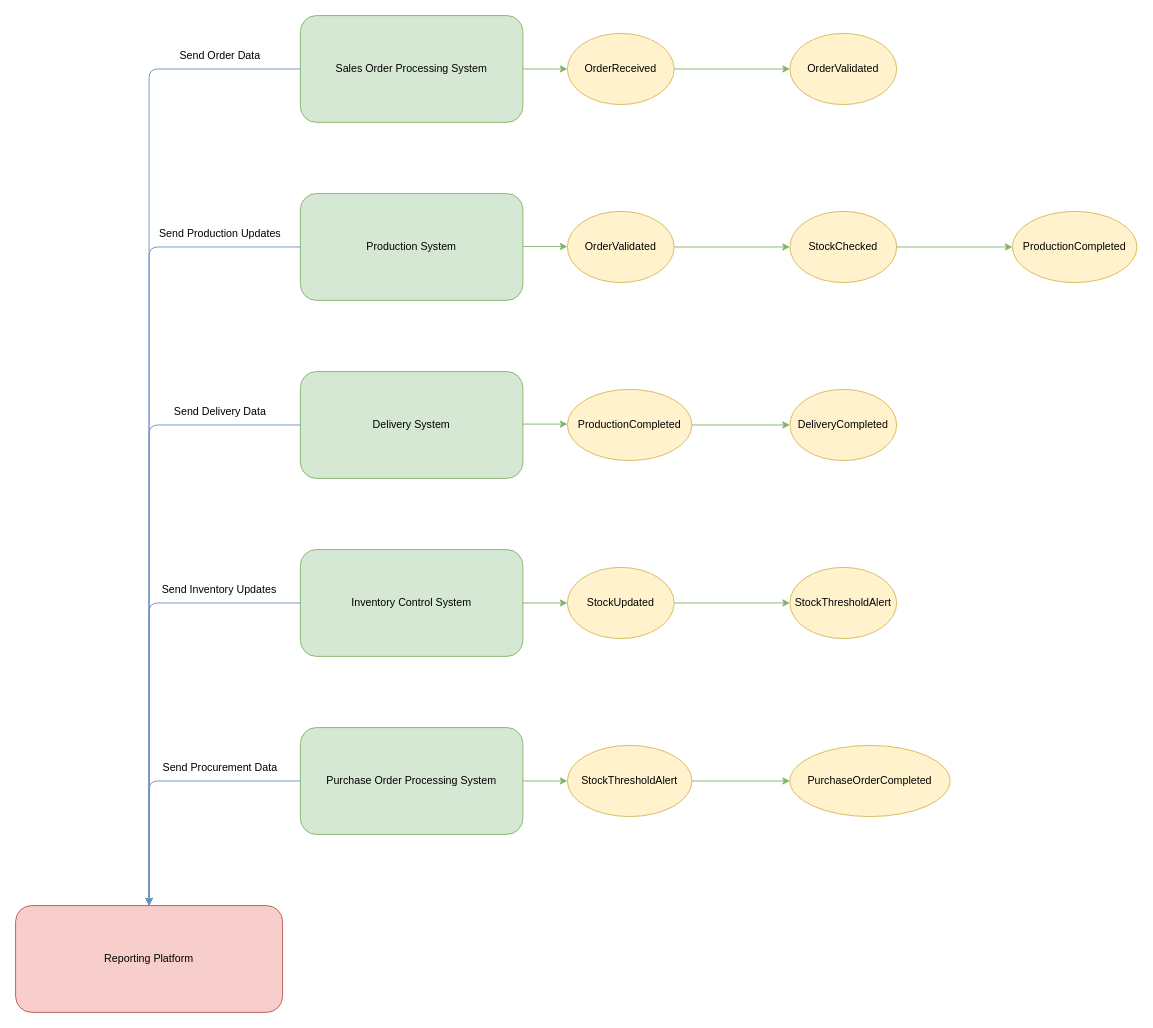
The draw.io diagram Sub-system Architecture and Reporting Platform.drawio in zft666zft/ESA-Assignment, before the edit. Source tidied: cells renumbered, new cells numbered last; positions are measured from the earlier drawing's top-left corner, leaving out a move shared by most shapes. Both pictures are drawn from the tidied source at 89%, with x=0, y=0 at pixel (15, 15).
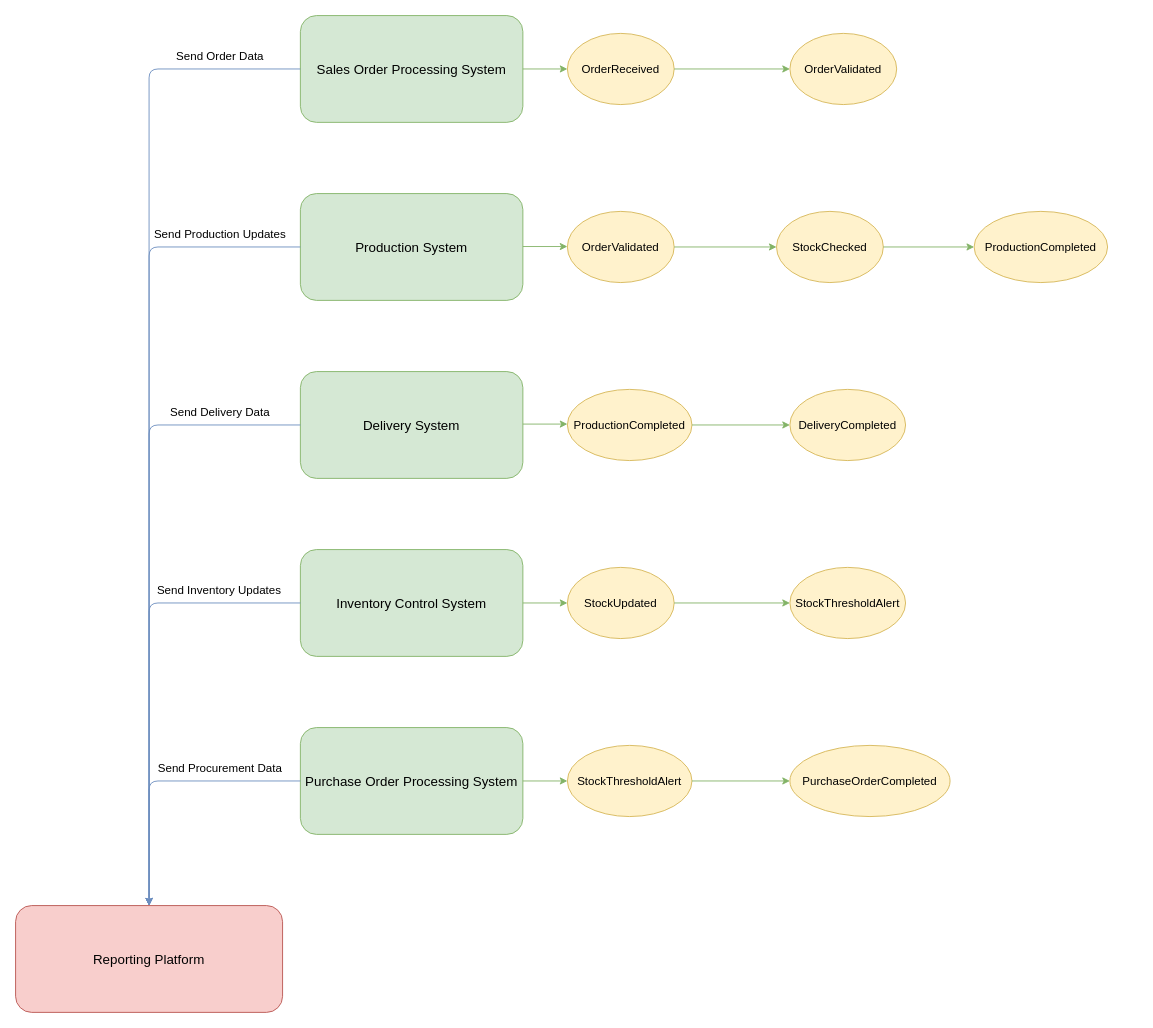
The same diagram, later.

What changed in the source:
```diff
@@
-    <mxCell id="2" value="Sales Order Processing System" style="rounded=1;whiteSpace=wrap;html=1;fillColor=#d5e8d4;strokeColor=#82b366;" parent="1" vertex="1">
+    <mxCell id="2" value="&lt;font style=&quot;font-size: 15px;&quot;&gt;Sales Order Processing System&lt;/font&gt;" style="rounded=1;whiteSpace=wrap;html=1;fillColor=#d5e8d4;strokeColor=#82b366;" parent="1" vertex="1">
       <mxGeometry x="320" width="250" height="120" as="geometry" />
     </mxCell>
-    <mxCell id="3" value="OrderReceived" style="shape=ellipse;whiteSpace=wrap;html=1;fillColor=#fff2cc;strokeColor=#d6b656;" parent="1" vertex="1">
+    <mxCell id="3" value="&lt;font style=&quot;font-size: 13px;&quot;&gt;OrderReceived&lt;/font&gt;" style="shape=ellipse;whiteSpace=wrap;html=1;fillColor=#fff2cc;strokeColor=#d6b656;" parent="1" vertex="1">
       <mxGeometry x="620" y="20" width="120" height="80" as="geometry" />
     </mxCell>
-    <mxCell id="4" value="OrderValidated" style="shape=ellipse;whiteSpace=wrap;html=1;fillColor=#fff2cc;strokeColor=#d6b656;" parent="1" vertex="1">
+    <mxCell id="4" value="&lt;font style=&quot;font-size: 13px;&quot;&gt;OrderValidated&lt;/font&gt;" style="shape=ellipse;whiteSpace=wrap;html=1;fillColor=#fff2cc;strokeColor=#d6b656;" parent="1" vertex="1">
       <mxGeometry x="870" y="20" width="120" height="80" as="geometry" />
     </mxCell>
@@
-    <mxCell id="7" value="Production System" style="rounded=1;whiteSpace=wrap;html=1;fillColor=#d5e8d4;strokeColor=#82b366;" parent="1" vertex="1">
+    <mxCell id="7" value="&lt;font style=&quot;font-size: 15px;&quot;&gt;Production System&lt;/font&gt;" style="rounded=1;whiteSpace=wrap;html=1;fillColor=#d5e8d4;strokeColor=#82b366;" parent="1" vertex="1">
       <mxGeometry x="320" y="200" width="250" height="120" as="geometry" />
     </mxCell>
-    <mxCell id="8" value="OrderValidated" style="shape=ellipse;whiteSpace=wrap;html=1;fillColor=#fff2cc;strokeColor=#d6b656;" parent="1" vertex="1">
+    <mxCell id="8" value="&lt;font style=&quot;font-size: 13px;&quot;&gt;OrderValidated&lt;/font&gt;" style="shape=ellipse;whiteSpace=wrap;html=1;fillColor=#fff2cc;strokeColor=#d6b656;" parent="1" vertex="1">
       <mxGeometry x="620" y="220" width="120" height="80" as="geometry" />
     </mxCell>
-    <mxCell id="9" value="StockChecked" style="shape=ellipse;whiteSpace=wrap;html=1;fillColor=#fff2cc;strokeColor=#d6b656;" parent="1" vertex="1">
-      <mxGeometry x="870" y="220" width="120" height="80" as="geometry" />
+    <mxCell id="9" value="&lt;font style=&quot;font-size: 13px;&quot;&gt;StockChecked&lt;/font&gt;" style="shape=ellipse;whiteSpace=wrap;html=1;fillColor=#fff2cc;strokeColor=#d6b656;" parent="1" vertex="1">
+      <mxGeometry x="855" y="220" width="120" height="80" as="geometry" />
     </mxCell>
-    <mxCell id="10" value="ProductionCompleted" style="shape=ellipse;whiteSpace=wrap;html=1;fillColor=#fff2cc;strokeColor=#d6b656;" parent="1" vertex="1">
-      <mxGeometry x="1120" y="220" width="140" height="80" as="geometry" />
+    <mxCell id="10" value="&lt;font style=&quot;font-size: 13px;&quot;&gt;ProductionCompleted&lt;/font&gt;" style="shape=ellipse;whiteSpace=wrap;html=1;fillColor=#fff2cc;strokeColor=#d6b656;" parent="1" vertex="1">
+      <mxGeometry x="1077" y="220" width="150" height="80" as="geometry" />
     </mxCell>
@@
-    <mxCell id="13" value="Delivery System" style="rounded=1;whiteSpace=wrap;html=1;fillColor=#d5e8d4;strokeColor=#82b366;" parent="1" vertex="1">
+    <mxCell id="13" value="&lt;font style=&quot;font-size: 15px;&quot;&gt;Delivery System&lt;/font&gt;" style="rounded=1;whiteSpace=wrap;html=1;fillColor=#d5e8d4;strokeColor=#82b366;" parent="1" vertex="1">
       <mxGeometry x="320" y="400" width="250" height="120" as="geometry" />
     </mxCell>
-    <mxCell id="14" value="ProductionCompleted" style="shape=ellipse;whiteSpace=wrap;html=1;fillColor=#fff2cc;strokeColor=#d6b656;" parent="1" vertex="1">
+    <mxCell id="14" value="ProductionCompleted" style="shape=ellipse;whiteSpace=wrap;html=1;fillColor=#fff2cc;strokeColor=#d6b656;fontSize=13;" parent="1" vertex="1">
       <mxGeometry x="620" y="420" width="140" height="80" as="geometry" />
     </mxCell>
-    <mxCell id="15" value="DeliveryCompleted" style="shape=ellipse;whiteSpace=wrap;html=1;fillColor=#fff2cc;strokeColor=#d6b656;" parent="1" vertex="1">
-      <mxGeometry x="870" y="420" width="120" height="80" as="geometry" />
+    <mxCell id="15" value="DeliveryCompleted" style="shape=ellipse;whiteSpace=wrap;html=1;fillColor=#fff2cc;strokeColor=#d6b656;fontSize=13;" parent="1" vertex="1">
+      <mxGeometry x="870" y="420" width="130" height="80" as="geometry" />
     </mxCell>
-    <mxCell id="16" style="edgeStyle=orthogonalEdgeStyle;rounded=1;strokeColor=#82b366;" parent="1" edge="1" source="14" target="15">
+    <mxCell id="16" style="edgeStyle=orthogonalEdgeStyle;rounded=1;strokeColor=#82b366;fontSize=13;" parent="1" edge="1" source="14" target="15">
       <mxGeometry relative="1" as="geometry" />
     </mxCell>
-    <mxCell id="17" value="Inventory Control System" style="rounded=1;whiteSpace=wrap;html=1;fillColor=#d5e8d4;strokeColor=#82b366;" parent="1" vertex="1">
+    <mxCell id="17" value="&lt;font style=&quot;font-size: 15px;&quot;&gt;Inventory Control System&lt;/font&gt;" style="rounded=1;whiteSpace=wrap;html=1;fillColor=#d5e8d4;strokeColor=#82b366;" parent="1" vertex="1">
       <mxGeometry x="320" y="600" width="250" height="120" as="geometry" />
     </mxCell>
-    <mxCell id="18" value="StockUpdated" style="shape=ellipse;whiteSpace=wrap;html=1;fillColor=#fff2cc;strokeColor=#d6b656;" parent="1" vertex="1">
+    <mxCell id="18" value="StockUpdated" style="shape=ellipse;whiteSpace=wrap;html=1;fillColor=#fff2cc;strokeColor=#d6b656;fontSize=13;" parent="1" vertex="1">
       <mxGeometry x="620" y="620" width="120" height="80" as="geometry" />
     </mxCell>
-    <mxCell id="19" value="StockThresholdAlert" style="shape=ellipse;whiteSpace=wrap;html=1;fillColor=#fff2cc;strokeColor=#d6b656;" parent="1" vertex="1">
-      <mxGeometry x="870" y="620" width="120" height="80" as="geometry" />
+    <mxCell id="19" value="StockThresholdAlert" style="shape=ellipse;whiteSpace=wrap;html=1;fillColor=#fff2cc;strokeColor=#d6b656;fontSize=13;" parent="1" vertex="1">
+      <mxGeometry x="870" y="620" width="130" height="80" as="geometry" />
     </mxCell>
-    <mxCell id="20" style="edgeStyle=orthogonalEdgeStyle;rounded=1;strokeColor=#82b366;" parent="1" edge="1" source="18" target="19">
+    <mxCell id="20" style="edgeStyle=orthogonalEdgeStyle;rounded=1;strokeColor=#82b366;fontSize=13;" parent="1" edge="1" source="18" target="19">
       <mxGeometry relative="1" as="geometry" />
     </mxCell>
-    <mxCell id="21" value="Purchase Order Processing System" style="rounded=1;whiteSpace=wrap;html=1;fillColor=#d5e8d4;strokeColor=#82b366;" parent="1" vertex="1">
+    <mxCell id="21" value="&lt;font style=&quot;font-size: 15px;&quot;&gt;Purchase Order Processing System&lt;/font&gt;" style="rounded=1;whiteSpace=wrap;html=1;fillColor=#d5e8d4;strokeColor=#82b366;" parent="1" vertex="1">
       <mxGeometry x="320" y="800" width="250" height="120" as="geometry" />
     </mxCell>
-    <mxCell id="22" value="StockThresholdAlert" style="shape=ellipse;whiteSpace=wrap;html=1;fillColor=#fff2cc;strokeColor=#d6b656;" parent="1" vertex="1">
+    <mxCell id="22" value="StockThresholdAlert" style="shape=ellipse;whiteSpace=wrap;html=1;fillColor=#fff2cc;strokeColor=#d6b656;fontSize=13;" parent="1" vertex="1">
       <mxGeometry x="620" y="820" width="140" height="80" as="geometry" />
     </mxCell>
-    <mxCell id="23" value="PurchaseOrderCompleted" style="shape=ellipse;whiteSpace=wrap;html=1;fillColor=#fff2cc;strokeColor=#d6b656;" parent="1" vertex="1">
+    <mxCell id="23" value="PurchaseOrderCompleted" style="shape=ellipse;whiteSpace=wrap;html=1;fillColor=#fff2cc;strokeColor=#d6b656;fontSize=13;" parent="1" vertex="1">
       <mxGeometry x="870" y="820" width="180" height="80" as="geometry" />
     </mxCell>
-    <mxCell id="24" style="edgeStyle=orthogonalEdgeStyle;rounded=1;strokeColor=#82b366;" parent="1" edge="1" source="22" target="23">
+    <mxCell id="24" style="edgeStyle=orthogonalEdgeStyle;rounded=1;strokeColor=#82b366;fontSize=13;" parent="1" edge="1" source="22" target="23">
       <mxGeometry relative="1" as="geometry" />
     </mxCell>
-    <mxCell id="25" value="Reporting Platform" style="rounded=1;whiteSpace=wrap;html=1;fillColor=#f8cecc;strokeColor=#b85450;" parent="1" vertex="1">
+    <mxCell id="25" value="&lt;font style=&quot;font-size: 15px;&quot;&gt;Reporting Platform&lt;/font&gt;" style="rounded=1;whiteSpace=wrap;html=1;fillColor=#f8cecc;strokeColor=#b85450;" parent="1" vertex="1">
       <mxGeometry y="1000" width="300" height="120" as="geometry" />
     </mxCell>
@@
-    <mxCell id="31" value="&lt;span style=&quot;text-wrap-mode: nowrap; background-color: rgb(255, 255, 255);&quot;&gt;Send Order Data&lt;/span&gt;" style="text;html=1;align=center;verticalAlign=middle;whiteSpace=wrap;rounded=0;" parent="1" vertex="1">
+    <mxCell id="31" value="&lt;span style=&quot;text-wrap-mode: nowrap; background-color: rgb(255, 255, 255);&quot;&gt;&lt;font style=&quot;font-size: 13px;&quot;&gt;Send Order Data&lt;/font&gt;&lt;/span&gt;" style="text;html=1;align=center;verticalAlign=middle;whiteSpace=wrap;rounded=0;" parent="1" vertex="1">
       <mxGeometry x="170" y="30" width="120" height="30" as="geometry" />
     </mxCell>
-    <mxCell id="32" value="&lt;span style=&quot;text-wrap-mode: nowrap; background-color: rgb(255, 255, 255);&quot;&gt;Send Production Updates&lt;/span&gt;" style="text;html=1;align=center;verticalAlign=middle;whiteSpace=wrap;rounded=0;" parent="1" vertex="1">
+    <mxCell id="32" value="&lt;span style=&quot;text-wrap-mode: nowrap; background-color: rgb(255, 255, 255);&quot;&gt;&lt;font style=&quot;font-size: 13px;&quot;&gt;Send Production Updates&lt;/font&gt;&lt;/span&gt;" style="text;html=1;align=center;verticalAlign=middle;whiteSpace=wrap;rounded=0;" parent="1" vertex="1">
       <mxGeometry x="200" y="230" width="60" height="30" as="geometry" />
     </mxCell>
-    <mxCell id="33" value="&lt;span style=&quot;text-wrap-mode: nowrap; background-color: rgb(255, 255, 255);&quot;&gt;Send Delivery Data&lt;/span&gt;" style="text;html=1;align=center;verticalAlign=middle;whiteSpace=wrap;rounded=0;" parent="1" vertex="1">
+    <mxCell id="33" value="&lt;span style=&quot;text-wrap-mode: nowrap; background-color: rgb(255, 255, 255);&quot;&gt;&lt;font style=&quot;font-size: 13px;&quot;&gt;Send Delivery Data&lt;/font&gt;&lt;/span&gt;" style="text;html=1;align=center;verticalAlign=middle;whiteSpace=wrap;rounded=0;" parent="1" vertex="1">
       <mxGeometry x="180" y="430" width="100" height="30" as="geometry" />
     </mxCell>
-    <mxCell id="34" value="&lt;span style=&quot;text-wrap-mode: nowrap; background-color: rgb(255, 255, 255);&quot;&gt;Send Inventory Updates&lt;/span&gt;" style="text;html=1;align=center;verticalAlign=middle;whiteSpace=wrap;rounded=0;" parent="1" vertex="1">
+    <mxCell id="34" value="&lt;span style=&quot;text-wrap-mode: nowrap; background-color: rgb(255, 255, 255);&quot;&gt;&lt;font style=&quot;font-size: 13px;&quot;&gt;Send Inventory Updates&lt;/font&gt;&lt;/span&gt;" style="text;html=1;align=center;verticalAlign=middle;whiteSpace=wrap;rounded=0;" parent="1" vertex="1">
       <mxGeometry x="184" y="630" width="90" height="30" as="geometry" />
     </mxCell>
-    <mxCell id="35" value="&lt;span style=&quot;text-wrap-mode: nowrap; background-color: rgb(255, 255, 255);&quot;&gt;Send Procurement Data&lt;/span&gt;" style="text;html=1;align=center;verticalAlign=middle;whiteSpace=wrap;rounded=0;" parent="1" vertex="1">
+    <mxCell id="35" value="&lt;span style=&quot;text-wrap-mode: nowrap; background-color: rgb(255, 255, 255);&quot;&gt;&lt;font style=&quot;font-size: 13px;&quot;&gt;Send Procurement Data&lt;/font&gt;&lt;/span&gt;" style="text;html=1;align=center;verticalAlign=middle;whiteSpace=wrap;rounded=0;" parent="1" vertex="1">
       <mxGeometry x="190" y="830" width="80" height="30" as="geometry" />
     </mxCell>
```
